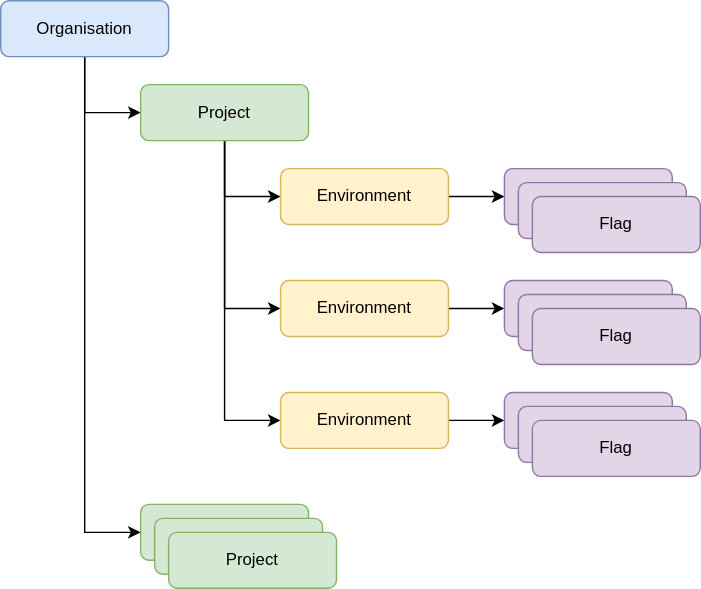
Above: docs/images/flagsmith-model.svg in Flagsmith/flagsmith-docs (draw.io), before the change. Source tidied: cells renumbered, new cells last; positions are measured from the earlier drawing's top-left corner, leaving out a move shared by most shapes. The source it was exported from:
```xml
<mxGraphModel>
  <root>
    <mxCell id="0" />
    <mxCell id="1" parent="0" />
    <mxCell id="2" style="edgeStyle=orthogonalEdgeStyle;rounded=0;jettySize=auto;html=1;entryX=0;entryY=0.5;entryDx=0;entryDy=0;" parent="1" edge="1" source="4" target="8">
      <mxGeometry relative="1" as="geometry" />
    </mxCell>
    <mxCell id="3" style="edgeStyle=orthogonalEdgeStyle;rounded=0;jettySize=auto;html=1;entryX=0;entryY=0.5;entryDx=0;entryDy=0;" parent="1" edge="1" source="4" target="15">
      <mxGeometry relative="1" as="geometry" />
    </mxCell>
    <mxCell id="4" value="Organisation" style="rounded=1;whiteSpace=wrap;html=1;fillColor=#dae8fc;strokeColor=#6c8ebf;" parent="1" vertex="1">
      <mxGeometry width="120" height="40" as="geometry" />
    </mxCell>
    <mxCell id="5" style="edgeStyle=orthogonalEdgeStyle;rounded=0;jettySize=auto;html=1;entryX=0;entryY=0.5;entryDx=0;entryDy=0;" parent="1" edge="1" source="8" target="10">
      <mxGeometry relative="1" as="geometry" />
    </mxCell>
    <mxCell id="6" style="edgeStyle=orthogonalEdgeStyle;rounded=0;jettySize=auto;html=1;entryX=0;entryY=0.5;entryDx=0;entryDy=0;" parent="1" edge="1" source="8" target="14">
      <mxGeometry relative="1" as="geometry" />
    </mxCell>
    <mxCell id="7" style="edgeStyle=orthogonalEdgeStyle;rounded=0;jettySize=auto;html=1;entryX=0;entryY=0.5;entryDx=0;entryDy=0;" parent="1" edge="1" source="8" target="12">
      <mxGeometry relative="1" as="geometry" />
    </mxCell>
    <mxCell id="8" value="Project" style="rounded=1;whiteSpace=wrap;html=1;fillColor=#d5e8d4;strokeColor=#82b366;" parent="1" vertex="1">
      <mxGeometry x="100" y="60" width="120" height="40" as="geometry" />
    </mxCell>
    <mxCell id="9" style="edgeStyle=orthogonalEdgeStyle;rounded=0;jettySize=auto;html=1;entryX=0;entryY=0.5;entryDx=0;entryDy=0;" parent="1" edge="1" source="10" target="16">
      <mxGeometry relative="1" as="geometry" />
    </mxCell>
    <mxCell id="10" value="Environment" style="rounded=1;whiteSpace=wrap;html=1;fillColor=#fff2cc;strokeColor=#d6b656;" parent="1" vertex="1">
      <mxGeometry x="200" y="120" width="120" height="40" as="geometry" />
    </mxCell>
    <mxCell id="11" style="edgeStyle=orthogonalEdgeStyle;rounded=0;jettySize=auto;html=1;entryX=0;entryY=0.5;entryDx=0;entryDy=0;" parent="1" edge="1" source="12" target="24">
      <mxGeometry relative="1" as="geometry" />
    </mxCell>
    <mxCell id="12" value="Environment" style="rounded=1;whiteSpace=wrap;html=1;fillColor=#fff2cc;strokeColor=#d6b656;" parent="1" vertex="1">
      <mxGeometry x="200" y="280" width="120" height="40" as="geometry" />
    </mxCell>
    <mxCell id="13" style="edgeStyle=orthogonalEdgeStyle;rounded=0;jettySize=auto;html=1;entryX=0;entryY=0.5;entryDx=0;entryDy=0;" parent="1" edge="1" source="14" target="21">
      <mxGeometry relative="1" as="geometry" />
    </mxCell>
    <mxCell id="14" value="Environment" style="rounded=1;whiteSpace=wrap;html=1;fillColor=#fff2cc;strokeColor=#d6b656;" parent="1" vertex="1">
      <mxGeometry x="200" y="200" width="120" height="40" as="geometry" />
    </mxCell>
    <mxCell id="15" value="Project" style="rounded=1;whiteSpace=wrap;html=1;fillColor=#d5e8d4;strokeColor=#82b366;" parent="1" vertex="1">
      <mxGeometry x="100" y="360" width="120" height="40" as="geometry" />
    </mxCell>
    <mxCell id="16" value="Flag" style="rounded=1;whiteSpace=wrap;html=1;fillColor=#e1d5e7;strokeColor=#9673a6;" parent="1" vertex="1">
      <mxGeometry x="360" y="120" width="120" height="40" as="geometry" />
    </mxCell>
    <mxCell id="17" value="Flag" style="rounded=1;whiteSpace=wrap;html=1;fillColor=#e1d5e7;strokeColor=#9673a6;" parent="1" vertex="1">
      <mxGeometry x="370" y="130" width="120" height="40" as="geometry" />
    </mxCell>
    <mxCell id="18" value="Flag" style="rounded=1;whiteSpace=wrap;html=1;fillColor=#e1d5e7;strokeColor=#9673a6;" parent="1" vertex="1">
      <mxGeometry x="380" y="140" width="120" height="40" as="geometry" />
    </mxCell>
    <mxCell id="19" value="Project" style="rounded=1;whiteSpace=wrap;html=1;fillColor=#d5e8d4;strokeColor=#82b366;" parent="1" vertex="1">
      <mxGeometry x="110" y="370" width="120" height="40" as="geometry" />
    </mxCell>
    <mxCell id="20" value="Project" style="rounded=1;whiteSpace=wrap;html=1;fillColor=#d5e8d4;strokeColor=#82b366;" parent="1" vertex="1">
      <mxGeometry x="120" y="380" width="120" height="40" as="geometry" />
    </mxCell>
    <mxCell id="21" value="Flag" style="rounded=1;whiteSpace=wrap;html=1;fillColor=#e1d5e7;strokeColor=#9673a6;" parent="1" vertex="1">
      <mxGeometry x="360" y="200" width="120" height="40" as="geometry" />
    </mxCell>
    <mxCell id="22" value="Flag" style="rounded=1;whiteSpace=wrap;html=1;fillColor=#e1d5e7;strokeColor=#9673a6;" parent="1" vertex="1">
      <mxGeometry x="370" y="210" width="120" height="40" as="geometry" />
    </mxCell>
    <mxCell id="23" value="Flag" style="rounded=1;whiteSpace=wrap;html=1;fillColor=#e1d5e7;strokeColor=#9673a6;" parent="1" vertex="1">
      <mxGeometry x="380" y="220" width="120" height="40" as="geometry" />
    </mxCell>
    <mxCell id="24" value="Flag" style="rounded=1;whiteSpace=wrap;html=1;fillColor=#e1d5e7;strokeColor=#9673a6;" parent="1" vertex="1">
      <mxGeometry x="360" y="280" width="120" height="40" as="geometry" />
    </mxCell>
    <mxCell id="25" value="Flag" style="rounded=1;whiteSpace=wrap;html=1;fillColor=#e1d5e7;strokeColor=#9673a6;" parent="1" vertex="1">
      <mxGeometry x="370" y="290" width="120" height="40" as="geometry" />
    </mxCell>
    <mxCell id="26" value="Flag" style="rounded=1;whiteSpace=wrap;html=1;fillColor=#e1d5e7;strokeColor=#9673a6;" parent="1" vertex="1">
      <mxGeometry x="380" y="300" width="120" height="40" as="geometry" />
    </mxCell>
  </root>
</mxGraphModel>
```
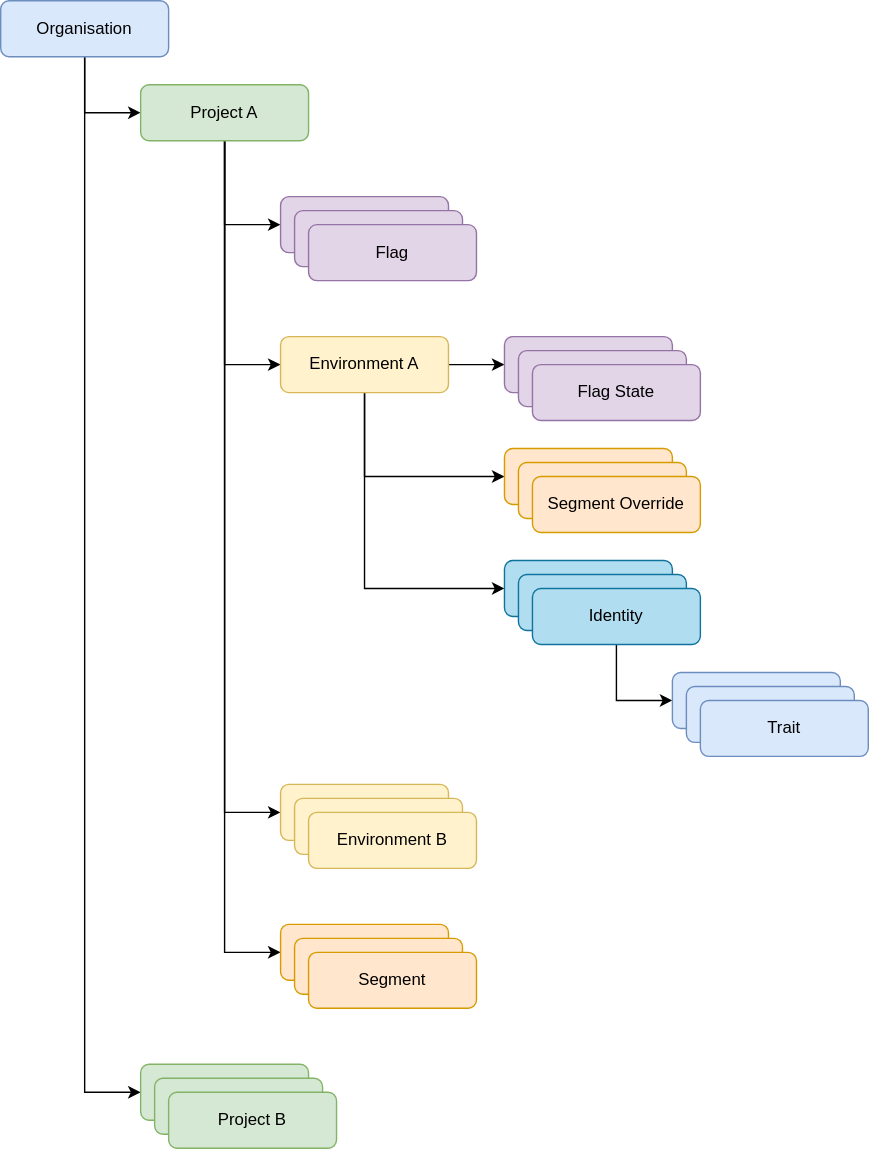
After the change.

Commit message:
Better diagram

What changed in the source:
```diff
@@ -17,65 +17,101 @@
     <mxCell id="6" style="edgeStyle=orthogonalEdgeStyle;rounded=0;jettySize=auto;html=1;entryX=0;entryY=0.5;entryDx=0;entryDy=0;" parent="1" edge="1" source="8" target="14">
       <mxGeometry relative="1" as="geometry" />
     </mxCell>
-    <mxCell id="7" style="edgeStyle=orthogonalEdgeStyle;rounded=0;jettySize=auto;html=1;entryX=0;entryY=0.5;entryDx=0;entryDy=0;" parent="1" edge="1" source="8" target="12">
-      <mxGeometry relative="1" as="geometry" />
-    </mxCell>
+    <mxCell id="27" style="edgeStyle=orthogonalEdgeStyle;rounded=0;jettySize=auto;html=1;exitX=0.5;exitY=1;exitDx=0;exitDy=0;entryX=0;entryY=0.5;entryDx=0;entryDy=0;" parent="1" edge="1" source="8" target="31">
+      <mxGeometry relative="1" as="geometry" />
+    </mxCell>
+    <mxCell id="28" style="edgeStyle=orthogonalEdgeStyle;rounded=0;jettySize=auto;html=1;exitX=0.5;exitY=1;exitDx=0;exitDy=0;entryX=0;entryY=0.5;entryDx=0;entryDy=0;" parent="1" edge="1" source="8" target="41">
+      <mxGeometry relative="1" as="geometry" />
+    </mxCell>
-    <mxCell id="8" value="Project" style="rounded=1;whiteSpace=wrap;html=1;fillColor=#d5e8d4;strokeColor=#82b366;" parent="1" vertex="1">
+    <mxCell id="8" value="Project A" style="rounded=1;whiteSpace=wrap;html=1;fillColor=#d5e8d4;strokeColor=#82b366;" parent="1" vertex="1">
       <mxGeometry x="100" y="60" width="120" height="40" as="geometry" />
     </mxCell>
     <mxCell id="9" style="edgeStyle=orthogonalEdgeStyle;rounded=0;jettySize=auto;html=1;entryX=0;entryY=0.5;entryDx=0;entryDy=0;" parent="1" edge="1" source="10" target="16">
       <mxGeometry relative="1" as="geometry" />
     </mxCell>
+    <mxCell id="29" style="edgeStyle=orthogonalEdgeStyle;rounded=0;jettySize=auto;html=1;exitX=0.5;exitY=1;exitDx=0;exitDy=0;entryX=0;entryY=0.5;entryDx=0;entryDy=0;" parent="1" edge="1" source="10" target="34">
+      <mxGeometry relative="1" as="geometry" />
+    </mxCell>
+    <mxCell id="30" style="edgeStyle=orthogonalEdgeStyle;rounded=0;jettySize=auto;html=1;exitX=0.5;exitY=1;exitDx=0;exitDy=0;entryX=0;entryY=0.5;entryDx=0;entryDy=0;" parent="1" edge="1" source="10" target="47">
+      <mxGeometry relative="1" as="geometry" />
+    </mxCell>
-    <mxCell id="10" value="Environment" style="rounded=1;whiteSpace=wrap;html=1;fillColor=#fff2cc;strokeColor=#d6b656;" parent="1" vertex="1">
-      <mxGeometry x="200" y="120" width="120" height="40" as="geometry" />
+    <mxCell id="10" value="Environment A" style="rounded=1;whiteSpace=wrap;html=1;fillColor=#fff2cc;strokeColor=#d6b656;" parent="1" vertex="1">
+      <mxGeometry x="200" y="240" width="120" height="40" as="geometry" />
     </mxCell>
-    <mxCell id="11" style="edgeStyle=orthogonalEdgeStyle;rounded=0;jettySize=auto;html=1;entryX=0;entryY=0.5;entryDx=0;entryDy=0;" parent="1" edge="1" source="12" target="24">
-      <mxGeometry relative="1" as="geometry" />
-    </mxCell>
-    <mxCell id="12" value="Environment" style="rounded=1;whiteSpace=wrap;html=1;fillColor=#fff2cc;strokeColor=#d6b656;" parent="1" vertex="1">
-      <mxGeometry x="200" y="280" width="120" height="40" as="geometry" />
-    </mxCell>
-    <mxCell id="13" style="edgeStyle=orthogonalEdgeStyle;rounded=0;jettySize=auto;html=1;entryX=0;entryY=0.5;entryDx=0;entryDy=0;" parent="1" edge="1" source="14" target="21">
-      <mxGeometry relative="1" as="geometry" />
-    </mxCell>
     <mxCell id="14" value="Environment" style="rounded=1;whiteSpace=wrap;html=1;fillColor=#fff2cc;strokeColor=#d6b656;" parent="1" vertex="1">
-      <mxGeometry x="200" y="200" width="120" height="40" as="geometry" />
+      <mxGeometry x="200" y="560" width="120" height="40" as="geometry" />
     </mxCell>
     <mxCell id="15" value="Project" style="rounded=1;whiteSpace=wrap;html=1;fillColor=#d5e8d4;strokeColor=#82b366;" parent="1" vertex="1">
-      <mxGeometry x="100" y="360" width="120" height="40" as="geometry" />
+      <mxGeometry x="100" y="760" width="120" height="40" as="geometry" />
     </mxCell>
     <mxCell id="16" value="Flag" style="rounded=1;whiteSpace=wrap;html=1;fillColor=#e1d5e7;strokeColor=#9673a6;" parent="1" vertex="1">
-      <mxGeometry x="360" y="120" width="120" height="40" as="geometry" />
+      <mxGeometry x="360" y="240" width="120" height="40" as="geometry" />
     </mxCell>
     <mxCell id="17" value="Flag" style="rounded=1;whiteSpace=wrap;html=1;fillColor=#e1d5e7;strokeColor=#9673a6;" parent="1" vertex="1">
-      <mxGeometry x="370" y="130" width="120" height="40" as="geometry" />
+      <mxGeometry x="370" y="250" width="120" height="40" as="geometry" />
     </mxCell>
-    <mxCell id="18" value="Flag" style="rounded=1;whiteSpace=wrap;html=1;fillColor=#e1d5e7;strokeColor=#9673a6;" parent="1" vertex="1">
-      <mxGeometry x="380" y="140" width="120" height="40" as="geometry" />
+    <mxCell id="18" value="Flag State" style="rounded=1;whiteSpace=wrap;html=1;fillColor=#e1d5e7;strokeColor=#9673a6;" parent="1" vertex="1">
+      <mxGeometry x="380" y="260" width="120" height="40" as="geometry" />
     </mxCell>
-    <mxCell id="19" value="Project" style="rounded=1;whiteSpace=wrap;html=1;fillColor=#d5e8d4;strokeColor=#82b366;" parent="1" vertex="1">
-      <mxGeometry x="110" y="370" width="120" height="40" as="geometry" />
-    </mxCell>
-    <mxCell id="20" value="Project" style="rounded=1;whiteSpace=wrap;html=1;fillColor=#d5e8d4;strokeColor=#82b366;" parent="1" vertex="1">
-      <mxGeometry x="120" y="380" width="120" height="40" as="geometry" />
-    </mxCell>
-    <mxCell id="21" value="Flag" style="rounded=1;whiteSpace=wrap;html=1;fillColor=#e1d5e7;strokeColor=#9673a6;" parent="1" vertex="1">
-      <mxGeometry x="360" y="200" width="120" height="40" as="geometry" />
-    </mxCell>
-    <mxCell id="22" value="Flag" style="rounded=1;whiteSpace=wrap;html=1;fillColor=#e1d5e7;strokeColor=#9673a6;" parent="1" vertex="1">
-      <mxGeometry x="370" y="210" width="120" height="40" as="geometry" />
-    </mxCell>
-    <mxCell id="23" value="Flag" style="rounded=1;whiteSpace=wrap;html=1;fillColor=#e1d5e7;strokeColor=#9673a6;" parent="1" vertex="1">
-      <mxGeometry x="380" y="220" width="120" height="40" as="geometry" />
-    </mxCell>
-    <mxCell id="24" value="Flag" style="rounded=1;whiteSpace=wrap;html=1;fillColor=#e1d5e7;strokeColor=#9673a6;" parent="1" vertex="1">
-      <mxGeometry x="360" y="280" width="120" height="40" as="geometry" />
-    </mxCell>
-    <mxCell id="25" value="Flag" style="rounded=1;whiteSpace=wrap;html=1;fillColor=#e1d5e7;strokeColor=#9673a6;" parent="1" vertex="1">
-      <mxGeometry x="370" y="290" width="120" height="40" as="geometry" />
-    </mxCell>
-    <mxCell id="26" value="Flag" style="rounded=1;whiteSpace=wrap;html=1;fillColor=#e1d5e7;strokeColor=#9673a6;" parent="1" vertex="1">
-      <mxGeometry x="380" y="300" width="120" height="40" as="geometry" />
-    </mxCell>
+    <mxCell id="31" value="Segment" style="rounded=1;whiteSpace=wrap;html=1;fillColor=#ffe6cc;strokeColor=#d79b00;" parent="1" vertex="1">
+      <mxGeometry x="200" y="660" width="120" height="40" as="geometry" />
+    </mxCell>
+    <mxCell id="32" value="Segment" style="rounded=1;whiteSpace=wrap;html=1;fillColor=#ffe6cc;strokeColor=#d79b00;" parent="1" vertex="1">
+      <mxGeometry x="210" y="670" width="120" height="40" as="geometry" />
+    </mxCell>
+    <mxCell id="33" value="Segment" style="rounded=1;whiteSpace=wrap;html=1;fillColor=#ffe6cc;strokeColor=#d79b00;" parent="1" vertex="1">
+      <mxGeometry x="220" y="680" width="120" height="40" as="geometry" />
+    </mxCell>
+    <mxCell id="34" value="Flag" style="rounded=1;whiteSpace=wrap;html=1;fillColor=#b1ddf0;strokeColor=#10739e;" parent="1" vertex="1">
+      <mxGeometry x="360" y="400" width="120" height="40" as="geometry" />
+    </mxCell>
+    <mxCell id="35" value="Flag" style="rounded=1;whiteSpace=wrap;html=1;fillColor=#b1ddf0;strokeColor=#10739e;" parent="1" vertex="1">
+      <mxGeometry x="370" y="410" width="120" height="40" as="geometry" />
+    </mxCell>
+    <mxCell id="36" style="edgeStyle=orthogonalEdgeStyle;rounded=0;jettySize=auto;html=1;exitX=0.5;exitY=1;exitDx=0;exitDy=0;entryX=0;entryY=0.5;entryDx=0;entryDy=0;" parent="1" edge="1" source="37" target="38">
+      <mxGeometry relative="1" as="geometry" />
+    </mxCell>
+    <mxCell id="37" value="Identity" style="rounded=1;whiteSpace=wrap;html=1;fillColor=#b1ddf0;strokeColor=#10739e;" parent="1" vertex="1">
+      <mxGeometry x="380" y="420" width="120" height="40" as="geometry" />
+    </mxCell>
+    <mxCell id="38" value="Trait" style="rounded=1;whiteSpace=wrap;html=1;fillColor=#dae8fc;strokeColor=#6c8ebf;" parent="1" vertex="1">
+      <mxGeometry x="480" y="480" width="120" height="40" as="geometry" />
+    </mxCell>
+    <mxCell id="39" value="Trait" style="rounded=1;whiteSpace=wrap;html=1;fillColor=#dae8fc;strokeColor=#6c8ebf;" parent="1" vertex="1">
+      <mxGeometry x="490" y="490" width="120" height="40" as="geometry" />
+    </mxCell>
+    <mxCell id="40" value="Trait" style="rounded=1;whiteSpace=wrap;html=1;fillColor=#dae8fc;strokeColor=#6c8ebf;" parent="1" vertex="1">
+      <mxGeometry x="500" y="500" width="120" height="40" as="geometry" />
+    </mxCell>
+    <mxCell id="41" value="Flag" style="rounded=1;whiteSpace=wrap;html=1;fillColor=#e1d5e7;strokeColor=#9673a6;" parent="1" vertex="1">
+      <mxGeometry x="200" y="140" width="120" height="40" as="geometry" />
+    </mxCell>
+    <mxCell id="42" value="Flag" style="rounded=1;whiteSpace=wrap;html=1;fillColor=#e1d5e7;strokeColor=#9673a6;" parent="1" vertex="1">
+      <mxGeometry x="210" y="150" width="120" height="40" as="geometry" />
+    </mxCell>
+    <mxCell id="43" value="Flag" style="rounded=1;whiteSpace=wrap;html=1;fillColor=#e1d5e7;strokeColor=#9673a6;" parent="1" vertex="1">
+      <mxGeometry x="220" y="160" width="120" height="40" as="geometry" />
+    </mxCell>
+    <mxCell id="12" value="Environment" style="rounded=1;whiteSpace=wrap;html=1;fillColor=#fff2cc;strokeColor=#d6b656;" parent="1" vertex="1">
+      <mxGeometry x="210" y="570" width="120" height="40" as="geometry" />
+    </mxCell>
+    <mxCell id="44" value="Environment B" style="rounded=1;whiteSpace=wrap;html=1;fillColor=#fff2cc;strokeColor=#d6b656;" parent="1" vertex="1">
+      <mxGeometry x="220" y="580" width="120" height="40" as="geometry" />
+    </mxCell>
+    <mxCell id="45" value="Project" style="rounded=1;whiteSpace=wrap;html=1;fillColor=#d5e8d4;strokeColor=#82b366;" parent="1" vertex="1">
+      <mxGeometry x="110" y="770" width="120" height="40" as="geometry" />
+    </mxCell>
+    <mxCell id="46" value="Project B" style="rounded=1;whiteSpace=wrap;html=1;fillColor=#d5e8d4;strokeColor=#82b366;" parent="1" vertex="1">
+      <mxGeometry x="120" y="780" width="120" height="40" as="geometry" />
+    </mxCell>
+    <mxCell id="47" value="Segment Override" style="rounded=1;whiteSpace=wrap;html=1;fillColor=#ffe6cc;strokeColor=#d79b00;" parent="1" vertex="1">
+      <mxGeometry x="360" y="320" width="120" height="40" as="geometry" />
+    </mxCell>
+    <mxCell id="48" value="Segment Override" style="rounded=1;whiteSpace=wrap;html=1;fillColor=#ffe6cc;strokeColor=#d79b00;" parent="1" vertex="1">
+      <mxGeometry x="370" y="330" width="120" height="40" as="geometry" />
+    </mxCell>
+    <mxCell id="49" value="Segment Override" style="rounded=1;whiteSpace=wrap;html=1;fillColor=#ffe6cc;strokeColor=#d79b00;" parent="1" vertex="1">
+      <mxGeometry x="380" y="340" width="120" height="40" as="geometry" />
+    </mxCell>
   </root>
 </mxGraphModel>
```
